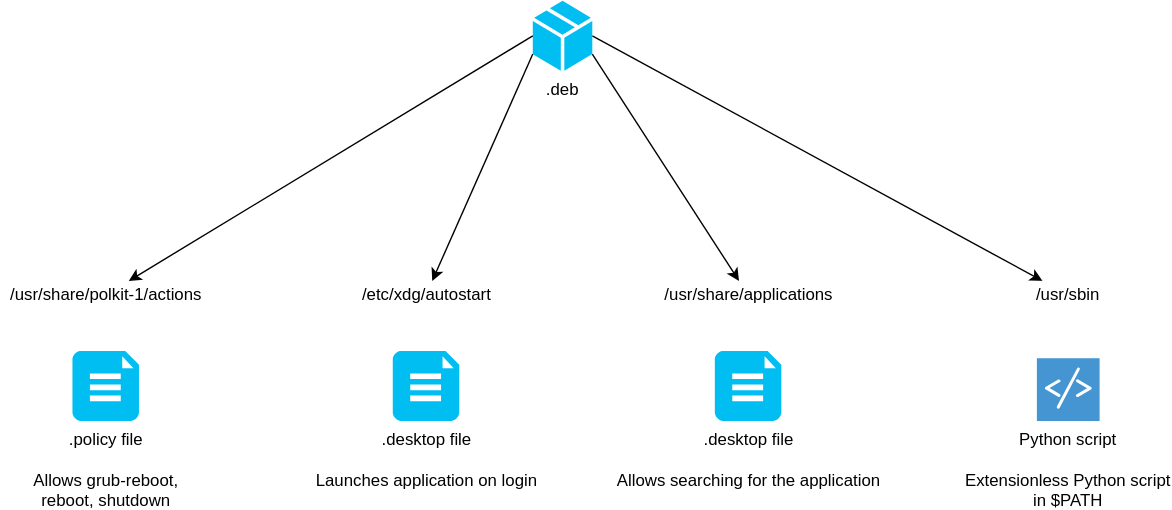
Earlier version of the draw.io export assets/diagram.drawio.svg (mendhak/grub-reboot-picker). Source tidied: cells renumbered, new cells last; positions are measured from the earlier drawing's top-left corner, leaving out a move shared by most shapes.
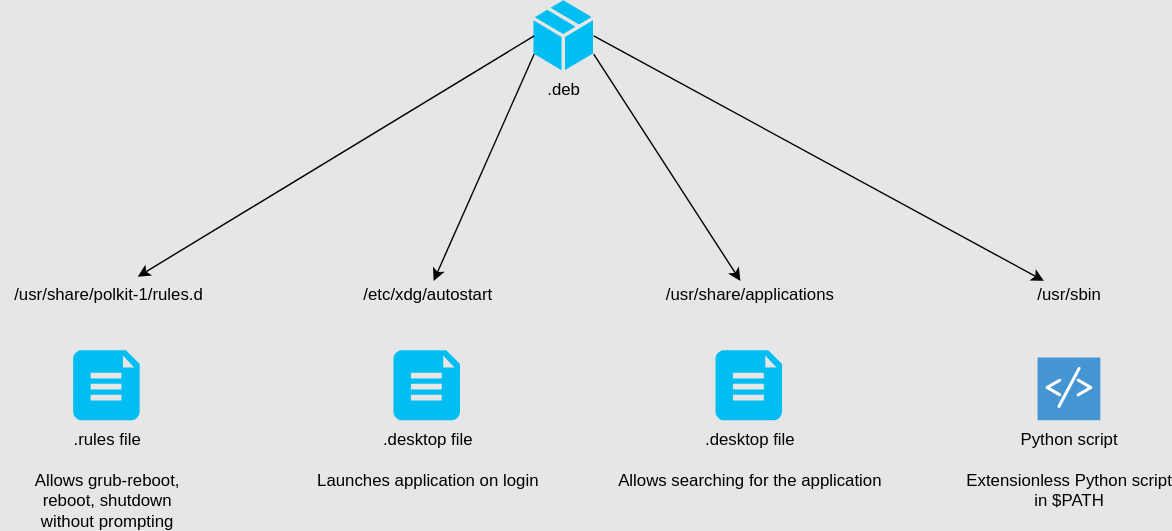
After the commit.

Commit message:
Update diagram to show rules file instead of policy file

What changed in the source:
```diff
@@ -1,11 +1,11 @@
-<mxGraphModel>
+<mxGraphModel background="light-dark(#E6E6E6,#4D4D4D)">
   <root>
     <mxCell id="0" />
     <mxCell id="1" parent="0" />
-    <mxCell id="2" value="/usr/share/polkit-1/actions" style="text;html=1;align=center;verticalAlign=middle;points=[];" parent="1" vertex="1">
-      <mxGeometry y="200" width="150" height="20" as="geometry" />
+    <mxCell id="2" value="/usr/share/polkit-1/rules.d" style="text;html=1;align=center;verticalAlign=middle;points=[];" parent="1" vertex="1">
+      <mxGeometry x="-1" y="197" width="153" height="26" as="geometry" />
     </mxCell>
-    <mxCell id="3" value=".policy file&lt;br&gt;&lt;br&gt;Allows grub-reboot,&lt;br&gt;reboot, shutdown" style="verticalLabelPosition=bottom;html=1;verticalAlign=top;align=center;strokeColor=none;fillColor=#00BEF2;shape=mxgraph.azure.file_2;" parent="1" vertex="1">
+    <mxCell id="3" value=".rules file&lt;br&gt;&lt;br&gt;Allows grub-reboot,&lt;br&gt;reboot, shutdown&lt;br&gt;without prompting" style="verticalLabelPosition=bottom;html=1;verticalAlign=top;align=center;strokeColor=none;fillColor=#00BEF2;shape=mxgraph.azure.file_2;" parent="1" vertex="1">
       <mxGeometry x="51.2" y="250" width="47.5" height="50" as="geometry" />
     </mxCell>
     <mxCell id="4" value=".desktop file&lt;br&gt;&lt;br&gt;Launches application on login&lt;br&gt;" style="verticalLabelPosition=bottom;html=1;verticalAlign=top;align=center;strokeColor=none;fillColor=#00BEF2;shape=mxgraph.azure.file_2;" parent="1" vertex="1">
```
